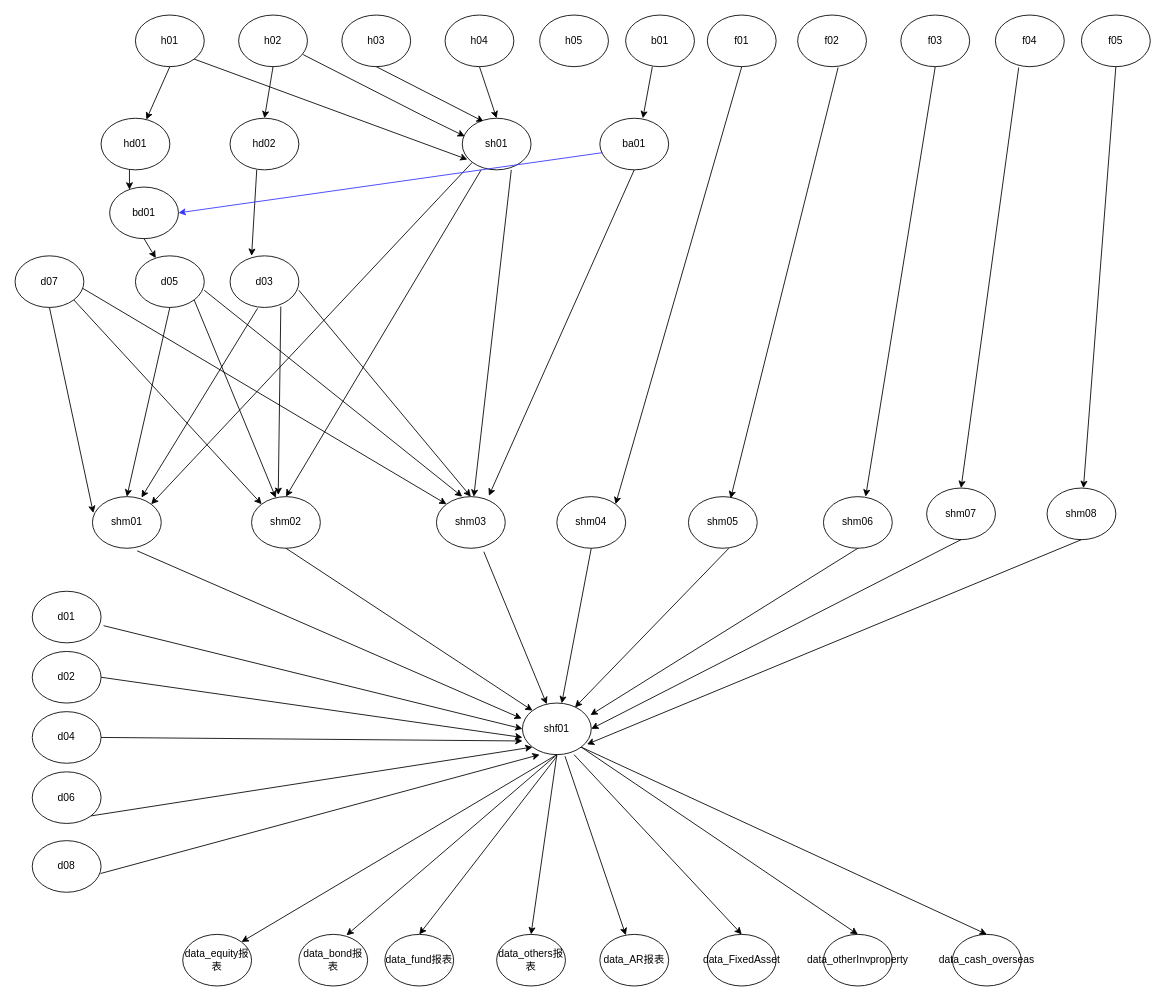
Before: tasktreenode.drawio in gebifeixiang/investment, a draw.io diagram. Source tidied: cells renumbered, new cells numbered last; positions are measured from the earlier drawing's top-left corner, leaving out a move shared by most shapes. Both pictures are drawn from the tidied source at 86%, with x=0, y=0 at pixel (15, 15).
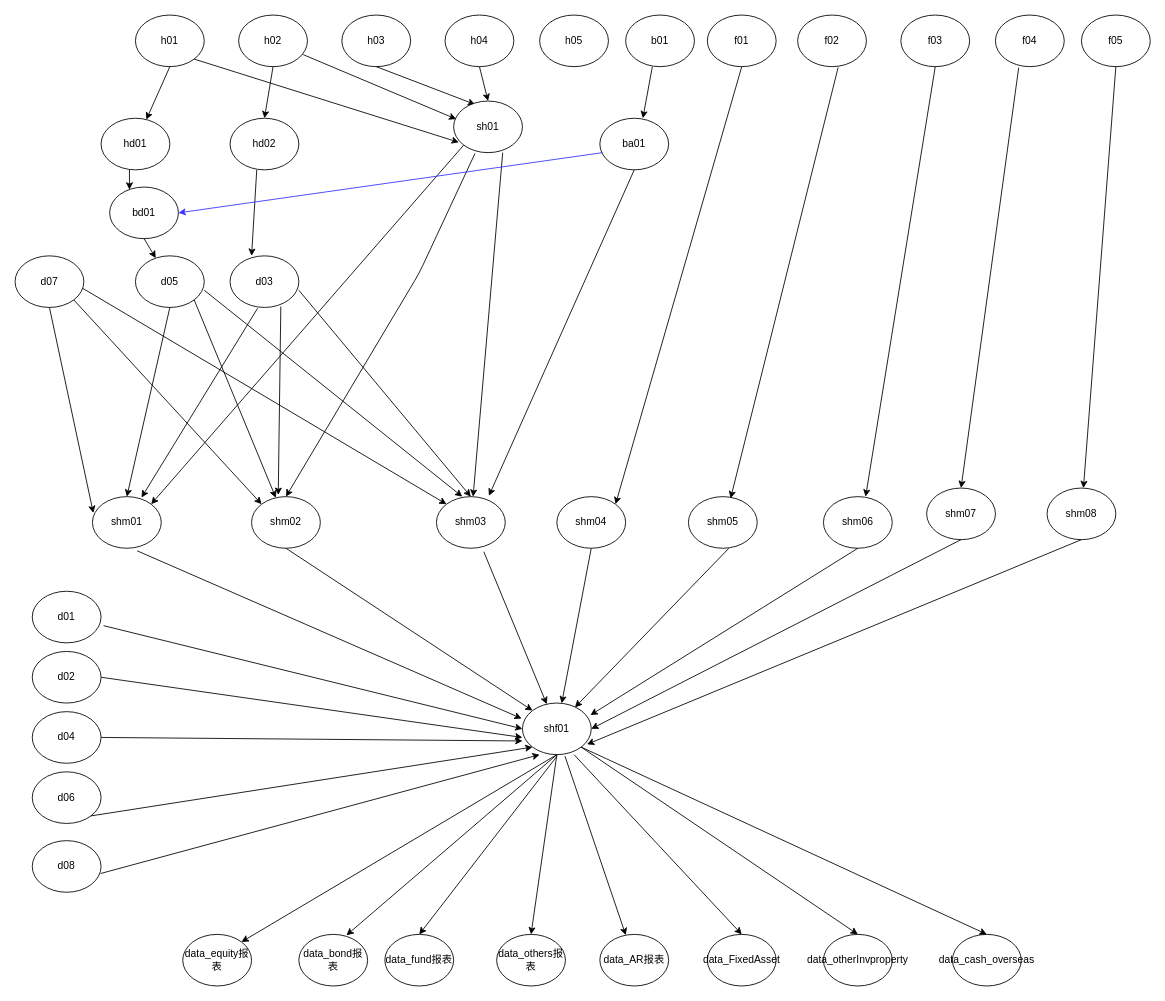
After the change.

The change refers to these unchanged cells:
```xml
<mxCell id="4" value="h02" style="ellipse;whiteSpace=wrap;html=1;" parent="1" vertex="1">
  <mxGeometry x="260" width="80" height="60" as="geometry" />
</mxCell>
<mxCell id="19" value="shm02" style="ellipse;whiteSpace=wrap;html=1;" parent="1" vertex="1">
  <mxGeometry x="275" y="560" width="80" height="60" as="geometry" />
</mxCell>
```

What changed in the source:
```diff
@@
     <mxCell id="28" style="endArrow=classic;html=1;exitX=0.938;exitY=0.767;exitDx=0;exitDy=0;exitPerimeter=0;entryX=0.038;entryY=0.35;entryDx=0;entryDy=0;entryPerimeter=0;" parent="1" edge="1" source="4" target="35">
-      <mxGeometry relative="1" as="geometry">
-        <Array as="points">
-          <mxPoint x="480" y="120" />
-        </Array>
-      </mxGeometry>
+      <mxGeometry relative="1" as="geometry" />
     </mxCell>
@@
     <mxCell id="35" value="sh01" style="ellipse;whiteSpace=wrap;html=1;" parent="1" vertex="1">
-      <mxGeometry x="520" y="120" width="80" height="60" as="geometry" />
+      <mxGeometry x="510" y="100" width="80" height="60" as="geometry" />
     </mxCell>
@@
-    <mxCell id="57" style="endArrow=classic;html=1;entryX=0.5;entryY=0;entryDx=0;entryDy=0;" parent="1" edge="1" target="19">
+    <mxCell id="57" style="endArrow=classic;html=1;entryX=0.5;entryY=0;entryDx=0;entryDy=0;exitX=0.31;exitY=1.016;exitDx=0;exitDy=0;exitPerimeter=0;" parent="1" edge="1" source="35" target="19">
       <mxGeometry relative="1" as="geometry">
-        <mxPoint x="542" y="180" as="sourcePoint" />
+        <Array as="points">
+          <mxPoint x="470" y="300" />
+        </Array>
       </mxGeometry>
     </mxCell>
```
